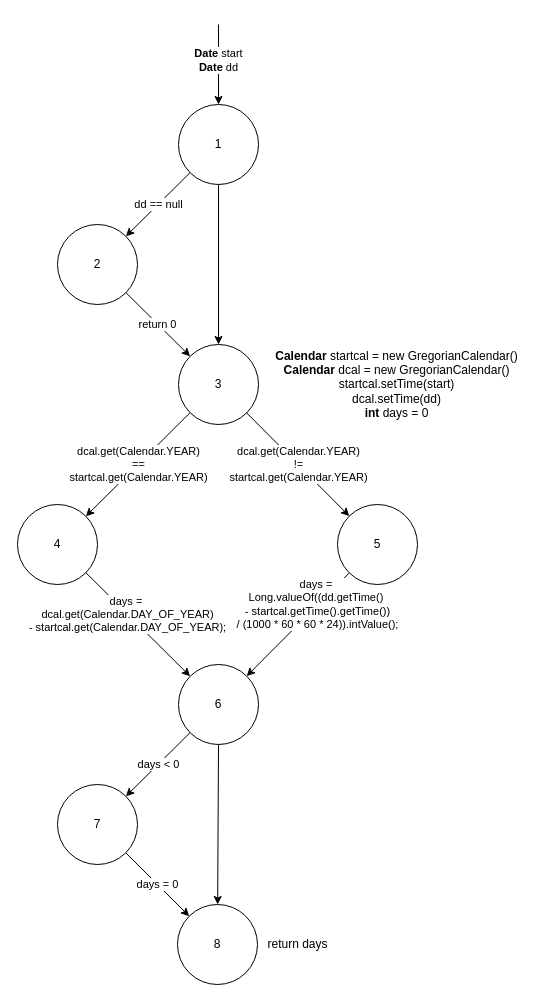
DandyEnders/EECS4313 keeps this draw.io diagram as assignment2/docs/CFG net.sf.borg.model.TaskModel.daysBetween.drawio. Above is the earlier version. Source tidied: cells renumbered, new cells numbered last; positions are measured from the earlier drawing's top-left corner, leaving out a move shared by most shapes. Both pictures are drawn from the tidied source at 100%, with x=0, y=0 at pixel (17, 24).
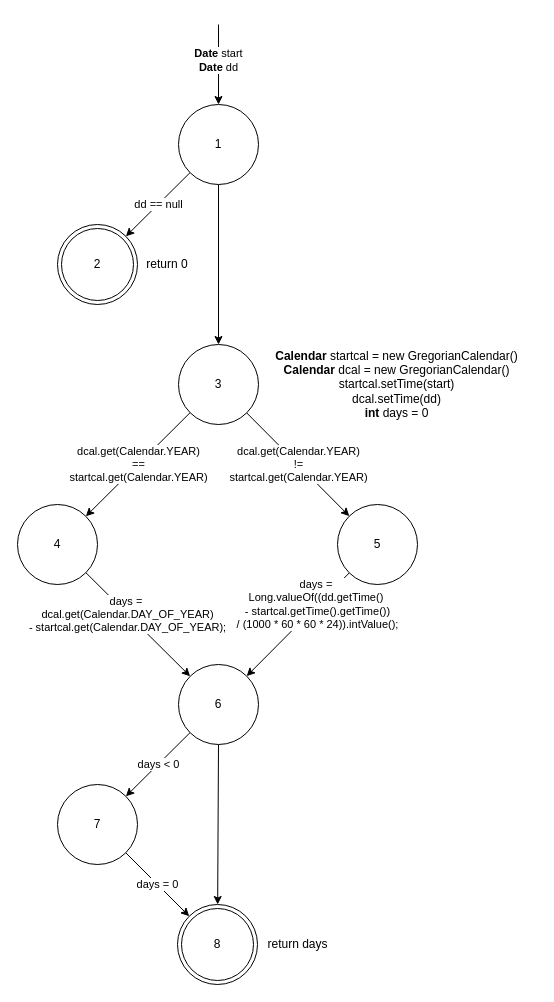
The same diagram, later.

Unchanged cells that the change refers to:
```xml
<mxCell id="8" value="3" style="ellipse;whiteSpace=wrap;html=1;" parent="1" vertex="1">
  <mxGeometry x="161" y="320" width="80" height="80" as="geometry" />
</mxCell>
```

What changed in the source:
```diff
@@
-    <mxCell id="9" value="return 0" style="edgeStyle=none;rounded=0;jettySize=auto;html=1;" parent="1" edge="1" source="10" target="8">
-      <mxGeometry relative="1" as="geometry" />
-    </mxCell>
-    <mxCell id="10" value="2" style="ellipse;whiteSpace=wrap;html=1;" parent="1" vertex="1">
+    <mxCell id="10" value="2" style="ellipse;shape=doubleEllipse;whiteSpace=wrap;html=1;" parent="1" vertex="1">
       <mxGeometry x="40" y="200" width="80" height="80" as="geometry" />
     </mxCell>
@@
-    <mxCell id="19" value="8" style="ellipse;whiteSpace=wrap;html=1;" parent="1" vertex="1">
+    <mxCell id="19" value="8" style="ellipse;shape=doubleEllipse;whiteSpace=wrap;html=1;" parent="1" vertex="1">
       <mxGeometry x="160" y="880" width="80" height="80" as="geometry" />
     </mxCell>
@@
+    <mxCell id="9" value="return 0" style="text;html=1;strokeColor=none;fillColor=none;align=center;verticalAlign=middle;whiteSpace=wrap;rounded=0;" parent="1" vertex="1">
+      <mxGeometry x="120" y="230" width="60" height="20" as="geometry" />
+    </mxCell>
```
